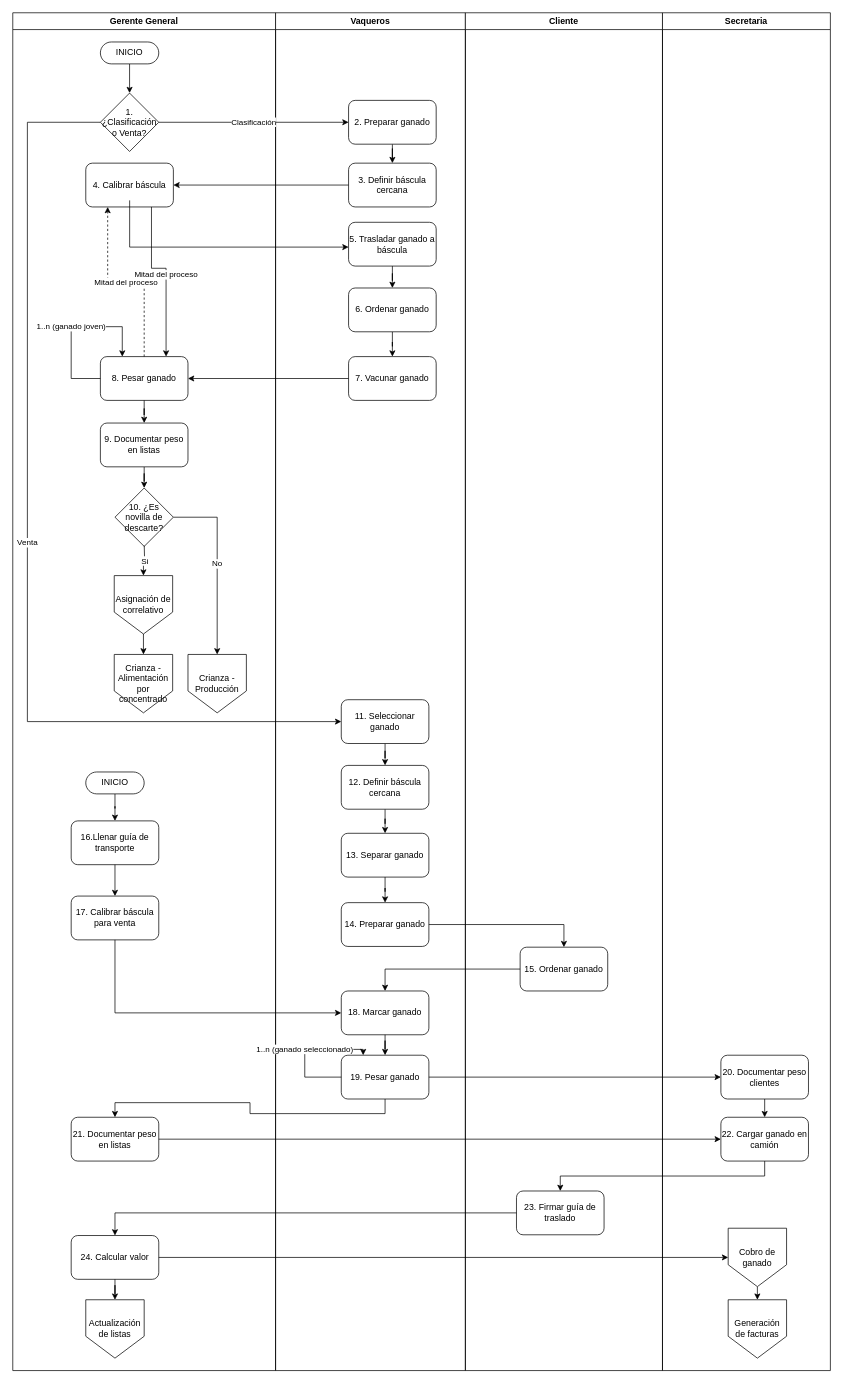
The draw.io diagram page "PR-FN-00013 - Peso de ganado" (3 of 4) of FSJB.drawio in prtigofn/Dev2.0, before the edit. Source tidied: cells renumbered, new cells numbered last; positions are measured from the earlier drawing's top-left corner, leaving out a move shared by most shapes. Both pictures are drawn from the tidied source at 73%, with x=0, y=0 at pixel (12, 12).
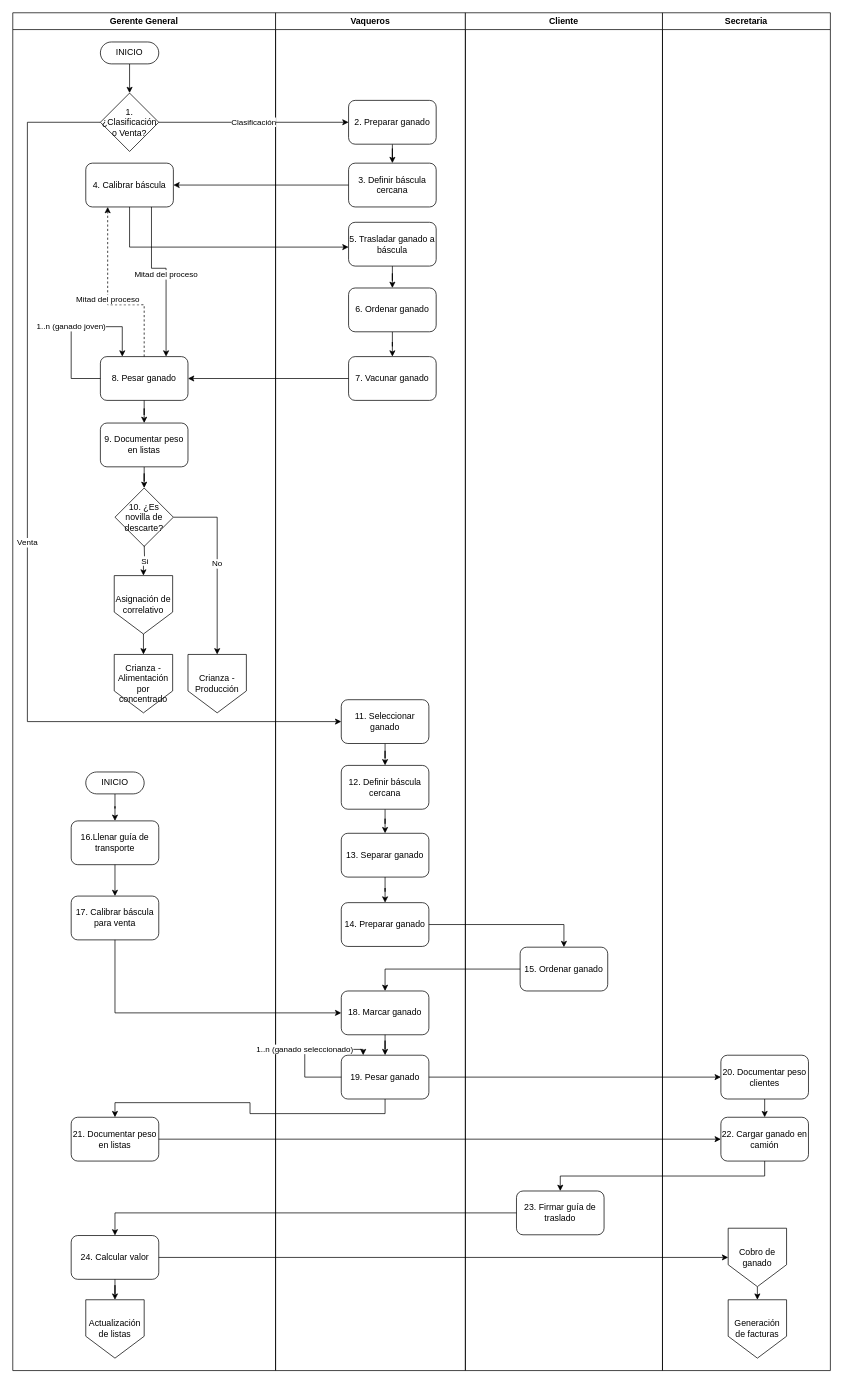
After the change.

Unchanged cells that the change refers to:
```xml
<mxCell id="22" value="Vaqueros" style="swimlane;whiteSpace=wrap;html=1;" parent="1" vertex="1">
  <mxGeometry x="360" width="260" height="1860" as="geometry" />
</mxCell>
<mxCell id="26" value="4. Calibrar báscula" style="rounded=1;whiteSpace=wrap;html=1;" parent="22" vertex="1">
  <mxGeometry x="-260" y="206" width="120" height="60" as="geometry" />
</mxCell>
<mxCell id="33" value="8. Pesar ganado" style="rounded=1;whiteSpace=wrap;html=1;" parent="22" vertex="1">
  <mxGeometry x="-240" y="471" width="120" height="60" as="geometry" />
</mxCell>
```

Change to the diagram source:
```diff
@@
-    <mxCell id="27" style="edgeStyle=orthogonalEdgeStyle;rounded=0;orthogonalLoop=1;jettySize=auto;html=1;" parent="22" edge="1">
+    <mxCell id="27" style="edgeStyle=orthogonalEdgeStyle;rounded=0;jettySize=auto;html=1;exitX=0.5;exitY=1;exitDx=0;exitDy=0;" parent="22" edge="1" source="26">
       <mxGeometry relative="1" as="geometry">
-        <mxPoint x="-199.9" y="257" as="sourcePoint" />
         <mxPoint x="100" y="321" as="targetPoint" />
         <Array as="points">
           <mxPoint x="-200" y="321" />
         </Array>
       </mxGeometry>
     </mxCell>
@@
     <mxCell id="45" value="Mitad del proceso" style="edgeStyle=orthogonalEdgeStyle;rounded=0;jettySize=auto;html=1;dashed=1;entryX=0.25;entryY=1;entryDx=0;entryDy=0;" parent="22" edge="1" source="33" target="26">
-      <mxGeometry relative="1" as="geometry" />
+      <mxGeometry relative="1" as="geometry">
+        <Array as="points">
+          <mxPoint x="-180" y="400" />
+          <mxPoint x="-230" y="400" />
+        </Array>
+      </mxGeometry>
     </mxCell>
```
